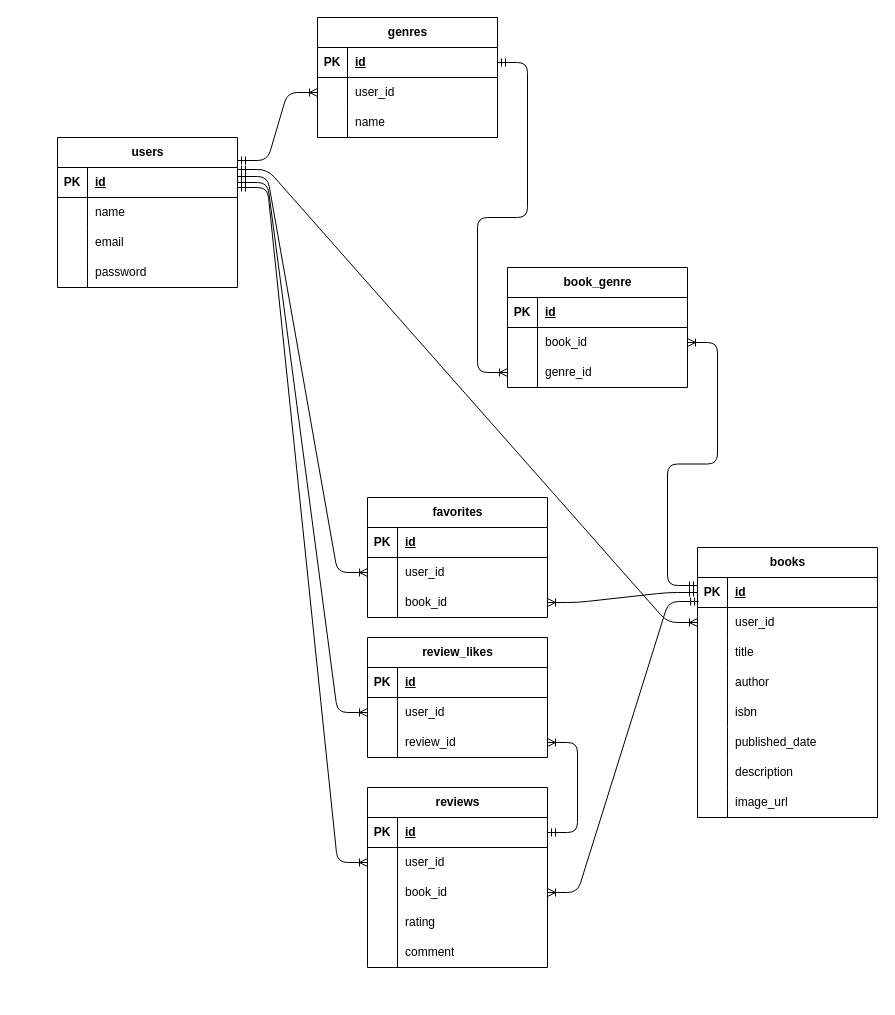
Above: schema.drawio in kanai-naoki/coachtech-bookshelf (draw.io), before the change. Source tidied: cells renumbered, new cells numbered last; positions are measured from the earlier drawing's top-left corner, leaving out a move shared by most shapes. Both pictures are drawn from the tidied source at 100%, with x=0, y=0 at pixel (-233, 17).
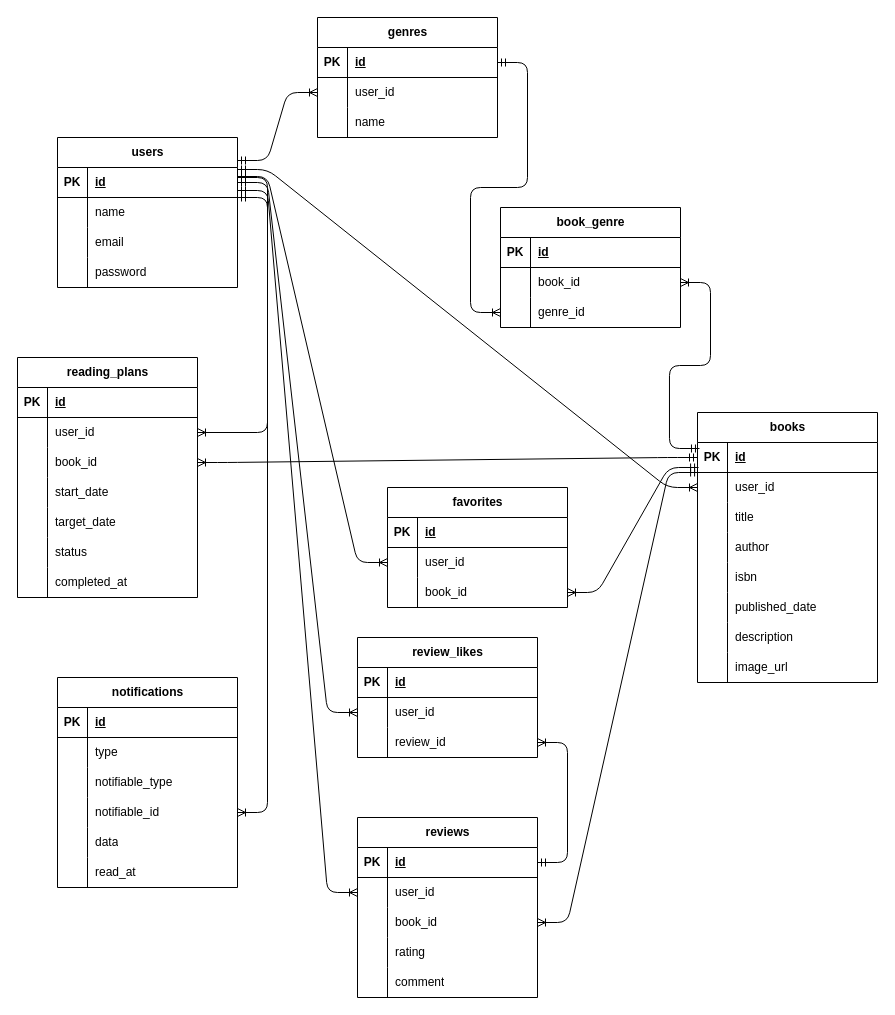
Above is the later version.

The change refers to these unchanged cells:
```xml
<mxCell id="26" style="shape=tableRow;horizontal=0;startSize=0;swimlaneHead=0;swimlaneBody=0;fillColor=none;points=[[0,0.5],[1,0.5]];portConstraint=eastwest;top=0;left=0;right=0;bottom=1;" parent="25" vertex="1">
  <mxGeometry y="30" width="180" height="30" as="geometry" />
</mxCell>
<mxCell id="29" style="shape=tableRow;horizontal=0;startSize=0;swimlaneHead=0;swimlaneBody=0;fillColor=none;points=[[0,0.5],[1,0.5]];portConstraint=eastwest;top=0;left=0;right=0;bottom=0;" parent="25" vertex="1">
  <mxGeometry y="60" width="180" height="30" as="geometry" />
</mxCell>
<mxCell id="57" style="shape=tableRow;horizontal=0;startSize=0;swimlaneHead=0;swimlaneBody=0;fillColor=none;points=[[0,0.5],[1,0.5]];portConstraint=eastwest;top=0;left=0;right=0;bottom=0;" parent="50" vertex="1">
  <mxGeometry y="90" width="180" height="30" as="geometry" />
</mxCell>
<mxCell id="64" style="shape=tableRow;horizontal=0;startSize=0;swimlaneHead=0;swimlaneBody=0;fillColor=none;points=[[0,0.5],[1,0.5]];portConstraint=eastwest;top=0;left=0;right=0;bottom=0;" parent="60" vertex="1">
  <mxGeometry y="60" width="180" height="30" as="geometry" />
</mxCell>
<mxCell id="67" style="shape=tableRow;horizontal=0;startSize=0;swimlaneHead=0;swimlaneBody=0;fillColor=none;points=[[0,0.5],[1,0.5]];portConstraint=eastwest;top=0;left=0;right=0;bottom=0;" parent="60" vertex="1">
  <mxGeometry y="90" width="180" height="30" as="geometry" />
</mxCell>
<mxCell id="88" style="shape=tableRow;horizontal=0;startSize=0;swimlaneHead=0;swimlaneBody=0;fillColor=none;points=[[0,0.5],[1,0.5]];portConstraint=eastwest;top=0;left=0;right=0;bottom=0;" parent="84" vertex="1">
  <mxGeometry y="60" width="180" height="30" as="geometry" />
</mxCell>
```

What changed in the source:
```diff
@@
     <mxCell id="25" value="books" style="shape=table;startSize=30;childLayout=tableLayout;rowLines=0;fontStyle=1;align=center;html=1;" parent="1" vertex="1">
-      <mxGeometry x="930" y="530" width="180" height="270" as="geometry" />
+      <mxGeometry x="930" y="395" width="180" height="270" as="geometry" />
     </mxCell>
@@
-    <mxCell id="35" style="shape=tableRow;horizontal=0;startSize=0;swimlaneHead=0;swimlaneBody=0;fillColor=none;top=0;left=0;right=0;bottom=0;" parent="25" vertex="1">
-      <mxGeometry y="120" width="180" height="30" as="geometry" />
-    </mxCell>
-    <mxCell id="36" style="shape=partialRectangle;fillColor=none;top=0;left=0;bottom=0;right=0;overflow=hidden;whiteSpace=wrap;html=1;" parent="35" vertex="1">
-      <mxGeometry width="30" height="30" as="geometry" />
-    </mxCell>
+    <mxCell id="106" style="shape=tableRow;horizontal=0;startSize=0;swimlaneHead=0;swimlaneBody=0;fillColor=none;top=0;left=0;right=0;bottom=0;" parent="25" vertex="1">
+      <mxGeometry y="120" width="180" height="30" as="geometry" />
+    </mxCell>
+    <mxCell id="107" style="shape=partialRectangle;fillColor=none;top=0;left=0;bottom=0;right=0;overflow=hidden;whiteSpace=wrap;html=1;" parent="106" vertex="1">
+      <mxGeometry width="30" height="30" as="geometry" />
+    </mxCell>
-    <mxCell id="37" value="author" style="shape=partialRectangle;fillColor=none;top=0;left=0;bottom=0;right=0;align=left;spacingLeft=6;overflow=hidden;whiteSpace=wrap;html=1;" parent="35" vertex="1">
+    <mxCell id="37" value="author" style="shape=partialRectangle;fillColor=none;top=0;left=0;bottom=0;right=0;align=left;spacingLeft=6;overflow=hidden;whiteSpace=wrap;html=1;" parent="106" vertex="1">
       <mxGeometry x="30" width="150" height="30" as="geometry" />
     </mxCell>
@@
     <mxCell id="50" value="favorites" style="shape=table;startSize=30;childLayout=tableLayout;rowLines=0;fontStyle=1;align=center;html=1;" parent="1" vertex="1">
-      <mxGeometry x="600" y="480" width="180" height="120" as="geometry" />
+      <mxGeometry x="620" y="470" width="180" height="120" as="geometry" />
     </mxCell>
@@
     <mxCell id="60" value="reviews" style="shape=table;startSize=30;childLayout=tableLayout;rowLines=0;fontStyle=1;align=center;html=1;" parent="1" vertex="1">
-      <mxGeometry x="600" y="770" width="180" height="180" as="geometry" />
+      <mxGeometry x="590" y="800" width="180" height="180" as="geometry" />
     </mxCell>
@@
-    <mxCell id="76" style="edgeStyle=entityRelationEdgeStyle;fontSize=12;html=1;endArrow=ERoneToMany;startArrow=ERmandOne;entryX=1;entryY=0.5;entryDx=0;entryDy=0;exitX=0;exitY=0.267;exitDx=0;exitDy=0;exitPerimeter=0;" parent="1" edge="1" source="26" target="88">
-      <mxGeometry relative="1" as="geometry">
+    <mxCell id="76" style="edgeStyle=entityRelationEdgeStyle;fontSize=12;html=1;endArrow=ERoneToMany;startArrow=ERmandOne;entryX=1;entryY=0.5;entryDx=0;entryDy=0;exitX=0.011;exitY=0.2;exitDx=0;exitDy=0;exitPerimeter=0;" parent="1" edge="1" source="26" target="88">
+      <mxGeometry x="-0.01" relative="1" as="geometry">
         <Array as="points">
-          <mxPoint x="850" y="30" />
-          <mxPoint x="890" y="260" />
-          <mxPoint x="770" y="140" />
-          <mxPoint x="1210" y="159.5" />
-          <mxPoint x="840" y="170" />
-          <mxPoint x="860" y="160" />
-          <mxPoint x="1210" y="179.5" />
-          <mxPoint x="930" y="339.5" />
+          <mxPoint x="847" y="30" />
+          <mxPoint x="887" y="260" />
+          <mxPoint x="767" y="140" />
+          <mxPoint x="1207" y="159.5" />
+          <mxPoint x="837" y="170" />
+          <mxPoint x="857" y="160" />
+          <mxPoint x="1207" y="179.5" />
+          <mxPoint x="927" y="339.5" />
         </Array>
       </mxGeometry>
     </mxCell>
@@
     <mxCell id="78" style="edgeStyle=entityRelationEdgeStyle;fontSize=12;html=1;endArrow=ERoneToMany;startArrow=ERmandOne;entryX=0;entryY=0.5;entryDx=0;entryDy=0;" parent="1" edge="1" target="64">
-      <mxGeometry relative="1" as="geometry">
-        <mxPoint x="470" y="170" as="sourcePoint" />
+      <mxGeometry x="0.01" relative="1" as="geometry">
+        <mxPoint x="470" y="173" as="sourcePoint" />
         <Array as="points">
           <mxPoint x="391.1" y="645" />
           <mxPoint x="351.1" y="655" />
         </Array>
       </mxGeometry>
     </mxCell>
@@
-    <mxCell id="80" style="edgeStyle=entityRelationEdgeStyle;fontSize=12;html=1;endArrow=ERoneToMany;startArrow=ERmandOne;entryX=1;entryY=0.5;entryDx=0;entryDy=0;exitX=0;exitY=0.5;exitDx=0;exitDy=0;" parent="1" edge="1" source="26" target="57">
-      <mxGeometry relative="1" as="geometry" />
+    <mxCell id="80" style="edgeStyle=entityRelationEdgeStyle;fontSize=12;html=1;endArrow=ERoneToMany;startArrow=ERmandOne;entryX=1;entryY=0.5;entryDx=0;entryDy=0;exitX=0.006;exitY=0.833;exitDx=0;exitDy=0;exitPerimeter=0;" parent="1" edge="1" source="26" target="57">
+      <mxGeometry x="-0.02" relative="1" as="geometry" />
     </mxCell>
-    <mxCell id="81" style="edgeStyle=entityRelationEdgeStyle;fontSize=12;html=1;endArrow=ERoneToMany;startArrow=ERmandOne;entryX=1;entryY=0.5;entryDx=0;entryDy=0;exitX=0.006;exitY=0.8;exitDx=0;exitDy=0;exitPerimeter=0;" parent="1" edge="1" source="26" target="67">
-      <mxGeometry relative="1" as="geometry">
+    <mxCell id="81" style="edgeStyle=entityRelationEdgeStyle;fontSize=12;html=1;endArrow=ERoneToMany;startArrow=ERmandOne;entryX=1;entryY=0.5;entryDx=0;entryDy=0;exitX=0.006;exitY=0;exitDx=0;exitDy=0;exitPerimeter=0;" parent="1" edge="1" source="29" target="67">
+      <mxGeometry x="-0.01" relative="1" as="geometry">
         <Array as="points">
           <mxPoint x="1032" y="363" />
           <mxPoint x="960" y="490" />
           <mxPoint x="1050" y="783" />
           <mxPoint x="1032" y="743" />
           <mxPoint x="1020" y="683" />
         </Array>
       </mxGeometry>
     </mxCell>
@@
     <mxCell id="84" value="book_genre" style="shape=table;startSize=30;childLayout=tableLayout;rowLines=0;fontStyle=1;align=center;html=1;" parent="1" vertex="1">
-      <mxGeometry x="740" y="250" width="180" height="120" as="geometry" />
+      <mxGeometry x="733" y="190" width="180" height="120" as="geometry" />
     </mxCell>
@@
     <mxCell id="95" value="review_likes" style="shape=table;startSize=30;childLayout=tableLayout;rowLines=0;fontStyle=1;align=center;html=1;" parent="1" vertex="1">
-      <mxGeometry x="600" y="620" width="180" height="120" as="geometry" />
+      <mxGeometry x="590" y="620" width="180" height="120" as="geometry" />
     </mxCell>
@@
+    <mxCell id="108" value="reading_plans" style="shape=table;startSize=30;childLayout=tableLayout;rowLines=0;fontStyle=1;align=center;html=1;" parent="1" vertex="1">
+      <mxGeometry x="250" y="340" width="180" height="240" as="geometry" />
+    </mxCell>
+    <mxCell id="109" style="shape=tableRow;horizontal=0;startSize=0;swimlaneHead=0;swimlaneBody=0;fillColor=none;top=0;left=0;right=0;bottom=1;" parent="108" vertex="1">
+      <mxGeometry y="30" width="180" height="30" as="geometry" />
+    </mxCell>
+    <mxCell id="110" value="PK" style="shape=partialRectangle;fillColor=none;top=0;left=0;bottom=0;right=0;fontStyle=1;overflow=hidden;whiteSpace=wrap;html=1;" parent="109" vertex="1">
+      <mxGeometry width="30" height="30" as="geometry" />
+    </mxCell>
+    <mxCell id="111" value="id" style="shape=partialRectangle;fillColor=none;top=0;left=0;bottom=0;right=0;align=left;spacingLeft=6;fontStyle=5;overflow=hidden;whiteSpace=wrap;html=1;" parent="109" vertex="1">
+      <mxGeometry x="30" width="150" height="30" as="geometry" />
+    </mxCell>
+    <mxCell id="112" style="shape=tableRow;horizontal=0;startSize=0;swimlaneHead=0;swimlaneBody=0;fillColor=none;points=[[0,0.5],[1,0.5]];portConstraint=eastwest;top=0;left=0;right=0;bottom=0;" parent="108" vertex="1">
+      <mxGeometry y="60" width="180" height="30" as="geometry" />
+    </mxCell>
+    <mxCell id="113" style="shape=partialRectangle;fillColor=none;top=0;left=0;bottom=0;right=0;overflow=hidden;whiteSpace=wrap;html=1;" parent="112" vertex="1">
+      <mxGeometry width="30" height="30" as="geometry" />
+    </mxCell>
+    <mxCell id="114" value="user_id" style="shape=partialRectangle;fillColor=none;top=0;left=0;bottom=0;right=0;align=left;spacingLeft=6;overflow=hidden;whiteSpace=wrap;html=1;" parent="112" vertex="1">
+      <mxGeometry x="30" width="150" height="30" as="geometry" />
+    </mxCell>
+    <mxCell id="115" style="shape=tableRow;horizontal=0;startSize=0;swimlaneHead=0;swimlaneBody=0;fillColor=none;points=[[0,0.5],[1,0.5]];portConstraint=eastwest;top=0;left=0;right=0;bottom=0;" parent="108" vertex="1">
+      <mxGeometry y="90" width="180" height="30" as="geometry" />
+    </mxCell>
+    <mxCell id="116" style="shape=partialRectangle;fillColor=none;top=0;left=0;bottom=0;right=0;overflow=hidden;whiteSpace=wrap;html=1;" parent="115" vertex="1">
+      <mxGeometry width="30" height="30" as="geometry" />
+    </mxCell>
+    <mxCell id="117" value="book_id" style="shape=partialRectangle;fillColor=none;top=0;left=0;bottom=0;right=0;align=left;spacingLeft=6;overflow=hidden;whiteSpace=wrap;html=1;" parent="115" vertex="1">
+      <mxGeometry x="30" width="150" height="30" as="geometry" />
+    </mxCell>
+    <mxCell id="118" style="shape=tableRow;horizontal=0;startSize=0;swimlaneHead=0;swimlaneBody=0;fillColor=none;top=0;left=0;right=0;bottom=0;" parent="108" vertex="1">
+      <mxGeometry y="120" width="180" height="30" as="geometry" />
+    </mxCell>
+    <mxCell id="119" style="shape=partialRectangle;fillColor=none;top=0;left=0;bottom=0;right=0;overflow=hidden;whiteSpace=wrap;html=1;" parent="118" vertex="1">
+      <mxGeometry width="30" height="30" as="geometry" />
+    </mxCell>
+    <mxCell id="120" value="start_date" style="shape=partialRectangle;fillColor=none;top=0;left=0;bottom=0;right=0;align=left;spacingLeft=6;overflow=hidden;whiteSpace=wrap;html=1;" parent="118" vertex="1">
+      <mxGeometry x="30" width="150" height="30" as="geometry" />
+    </mxCell>
+    <mxCell id="121" style="shape=tableRow;horizontal=0;startSize=0;swimlaneHead=0;swimlaneBody=0;fillColor=none;top=0;left=0;right=0;bottom=0;" parent="108" vertex="1">
+      <mxGeometry y="150" width="180" height="30" as="geometry" />
+    </mxCell>
+    <mxCell id="122" style="shape=partialRectangle;fillColor=none;top=0;left=0;bottom=0;right=0;overflow=hidden;whiteSpace=wrap;html=1;" parent="121" vertex="1">
+      <mxGeometry width="30" height="30" as="geometry" />
+    </mxCell>
+    <mxCell id="123" value="target_date" style="shape=partialRectangle;fillColor=none;top=0;left=0;bottom=0;right=0;align=left;spacingLeft=6;overflow=hidden;whiteSpace=wrap;html=1;" parent="121" vertex="1">
+      <mxGeometry x="30" width="150" height="30" as="geometry" />
+    </mxCell>
+    <mxCell id="124" style="shape=tableRow;horizontal=0;startSize=0;swimlaneHead=0;swimlaneBody=0;fillColor=none;top=0;left=0;right=0;bottom=0;" parent="108" vertex="1">
+      <mxGeometry y="180" width="180" height="30" as="geometry" />
+    </mxCell>
+    <mxCell id="125" style="shape=partialRectangle;fillColor=none;top=0;left=0;bottom=0;right=0;overflow=hidden;whiteSpace=wrap;html=1;" parent="124" vertex="1">
+      <mxGeometry width="30" height="30" as="geometry" />
+    </mxCell>
+    <mxCell id="126" value="status" style="shape=partialRectangle;fillColor=none;top=0;left=0;bottom=0;right=0;align=left;spacingLeft=6;overflow=hidden;whiteSpace=wrap;html=1;" parent="124" vertex="1">
+      <mxGeometry x="30" width="150" height="30" as="geometry" />
+    </mxCell>
+    <mxCell id="127" style="shape=tableRow;horizontal=0;startSize=0;swimlaneHead=0;swimlaneBody=0;fillColor=none;top=0;left=0;right=0;bottom=0;" parent="108" vertex="1">
+      <mxGeometry y="210" width="180" height="30" as="geometry" />
+    </mxCell>
+    <mxCell id="128" style="shape=partialRectangle;fillColor=none;top=0;left=0;bottom=0;right=0;overflow=hidden;whiteSpace=wrap;html=1;" parent="127" vertex="1">
+      <mxGeometry width="30" height="30" as="geometry" />
+    </mxCell>
+    <mxCell id="129" value="completed_at" style="shape=partialRectangle;fillColor=none;top=0;left=0;bottom=0;right=0;align=left;spacingLeft=6;overflow=hidden;whiteSpace=wrap;html=1;" parent="127" vertex="1">
+      <mxGeometry x="30" width="150" height="30" as="geometry" />
+    </mxCell>
+    <mxCell id="130" style="edgeStyle=entityRelationEdgeStyle;fontSize=12;html=1;endArrow=ERoneToMany;startArrow=ERmandOne;entryX=1;entryY=0.5;entryDx=0;entryDy=0;" parent="1" edge="1" target="112">
+      <mxGeometry x="0.06" relative="1" as="geometry">
+        <mxPoint x="470" y="160" as="sourcePoint" />
+      </mxGeometry>
+    </mxCell>
+    <mxCell id="131" style="edgeStyle=entityRelationEdgeStyle;fontSize=12;html=1;endArrow=ERoneToMany;startArrow=ERmandOne;entryX=1;entryY=0.5;entryDx=0;entryDy=0;exitX=0;exitY=0.5;exitDx=0;exitDy=0;" parent="1" edge="1" source="26" target="115">
+      <mxGeometry x="0.01" relative="1" as="geometry" />
+    </mxCell>
+    <mxCell id="132" value="notifications" style="shape=table;startSize=30;childLayout=tableLayout;rowLines=0;fontStyle=1;align=center;html=1;" parent="1" vertex="1">
+      <mxGeometry x="290" y="660" width="180" height="210" as="geometry" />
+    </mxCell>
+    <mxCell id="133" style="shape=tableRow;horizontal=0;startSize=0;swimlaneHead=0;swimlaneBody=0;fillColor=none;top=0;left=0;right=0;bottom=1;" parent="132" vertex="1">
+      <mxGeometry y="30" width="180" height="30" as="geometry" />
+    </mxCell>
+    <mxCell id="134" value="PK" style="shape=partialRectangle;fillColor=none;top=0;left=0;bottom=0;right=0;fontStyle=1;overflow=hidden;whiteSpace=wrap;html=1;" parent="133" vertex="1">
+      <mxGeometry width="30" height="30" as="geometry" />
+    </mxCell>
+    <mxCell id="135" value="id" style="shape=partialRectangle;fillColor=none;top=0;left=0;bottom=0;right=0;align=left;spacingLeft=6;fontStyle=5;overflow=hidden;whiteSpace=wrap;html=1;" parent="133" vertex="1">
+      <mxGeometry x="30" width="150" height="30" as="geometry" />
+    </mxCell>
+    <mxCell id="136" style="shape=tableRow;horizontal=0;startSize=0;swimlaneHead=0;swimlaneBody=0;fillColor=none;top=0;left=0;right=0;bottom=0;" parent="132" vertex="1">
+      <mxGeometry y="60" width="180" height="30" as="geometry" />
+    </mxCell>
+    <mxCell id="137" style="shape=partialRectangle;fillColor=none;top=0;left=0;bottom=0;right=0;overflow=hidden;whiteSpace=wrap;html=1;" parent="136" vertex="1">
+      <mxGeometry width="30" height="30" as="geometry" />
+    </mxCell>
+    <mxCell id="138" value="type" style="shape=partialRectangle;fillColor=none;top=0;left=0;bottom=0;right=0;align=left;spacingLeft=6;overflow=hidden;whiteSpace=wrap;html=1;" parent="136" vertex="1">
+      <mxGeometry x="30" width="150" height="30" as="geometry" />
+    </mxCell>
+    <mxCell id="139" style="shape=tableRow;horizontal=0;startSize=0;swimlaneHead=0;swimlaneBody=0;fillColor=none;top=0;left=0;right=0;bottom=0;" parent="132" vertex="1">
+      <mxGeometry y="90" width="180" height="30" as="geometry" />
+    </mxCell>
+    <mxCell id="140" style="shape=partialRectangle;fillColor=none;top=0;left=0;bottom=0;right=0;overflow=hidden;whiteSpace=wrap;html=1;" parent="139" vertex="1">
+      <mxGeometry width="30" height="30" as="geometry" />
+    </mxCell>
+    <mxCell id="141" value="notifiable_type" style="shape=partialRectangle;fillColor=none;top=0;left=0;bottom=0;right=0;align=left;spacingLeft=6;overflow=hidden;whiteSpace=wrap;html=1;" parent="139" vertex="1">
+      <mxGeometry x="30" width="150" height="30" as="geometry" />
+    </mxCell>
+    <mxCell id="142" style="shape=tableRow;horizontal=0;startSize=0;swimlaneHead=0;swimlaneBody=0;fillColor=none;points=[[0,0.5],[1,0.5]];portConstraint=eastwest;top=0;left=0;right=0;bottom=0;" parent="132" vertex="1">
+      <mxGeometry y="120" width="180" height="30" as="geometry" />
+    </mxCell>
+    <mxCell id="143" style="shape=partialRectangle;fillColor=none;top=0;left=0;bottom=0;right=0;overflow=hidden;whiteSpace=wrap;html=1;" parent="142" vertex="1">
+      <mxGeometry width="30" height="30" as="geometry" />
+    </mxCell>
+    <mxCell id="144" value="notifiable_id" style="shape=partialRectangle;fillColor=none;top=0;left=0;bottom=0;right=0;align=left;spacingLeft=6;overflow=hidden;whiteSpace=wrap;html=1;" parent="142" vertex="1">
+      <mxGeometry x="30" width="150" height="30" as="geometry" />
+    </mxCell>
+    <mxCell id="145" style="shape=tableRow;horizontal=0;startSize=0;swimlaneHead=0;swimlaneBody=0;fillColor=none;top=0;left=0;right=0;bottom=0;" parent="132" vertex="1">
+      <mxGeometry y="150" width="180" height="30" as="geometry" />
+    </mxCell>
+    <mxCell id="146" style="shape=partialRectangle;fillColor=none;top=0;left=0;bottom=0;right=0;overflow=hidden;whiteSpace=wrap;html=1;" parent="145" vertex="1">
+      <mxGeometry width="30" height="30" as="geometry" />
+    </mxCell>
+    <mxCell id="147" value="data" style="shape=partialRectangle;fillColor=none;top=0;left=0;bottom=0;right=0;align=left;spacingLeft=6;overflow=hidden;whiteSpace=wrap;html=1;" parent="145" vertex="1">
+      <mxGeometry x="30" width="150" height="30" as="geometry" />
+    </mxCell>
+    <mxCell id="148" style="shape=tableRow;horizontal=0;startSize=0;swimlaneHead=0;swimlaneBody=0;fillColor=none;top=0;left=0;right=0;bottom=0;" parent="132" vertex="1">
+      <mxGeometry y="180" width="180" height="30" as="geometry" />
+    </mxCell>
+    <mxCell id="149" style="shape=partialRectangle;fillColor=none;top=0;left=0;bottom=0;right=0;overflow=hidden;whiteSpace=wrap;html=1;" parent="148" vertex="1">
+      <mxGeometry width="30" height="30" as="geometry" />
+    </mxCell>
+    <mxCell id="150" value="read_at" style="shape=partialRectangle;fillColor=none;top=0;left=0;bottom=0;right=0;align=left;spacingLeft=6;overflow=hidden;whiteSpace=wrap;html=1;" parent="148" vertex="1">
+      <mxGeometry x="30" width="150" height="30" as="geometry" />
+    </mxCell>
+    <mxCell id="151" style="edgeStyle=entityRelationEdgeStyle;fontSize=12;html=1;endArrow=ERoneToMany;startArrow=ERmandOne;entryX=1;entryY=0.5;entryDx=0;entryDy=0;" parent="1" edge="1" target="142">
+      <mxGeometry relative="1" as="geometry">
+        <mxPoint x="470" y="180" as="sourcePoint" />
+      </mxGeometry>
+    </mxCell>
```
